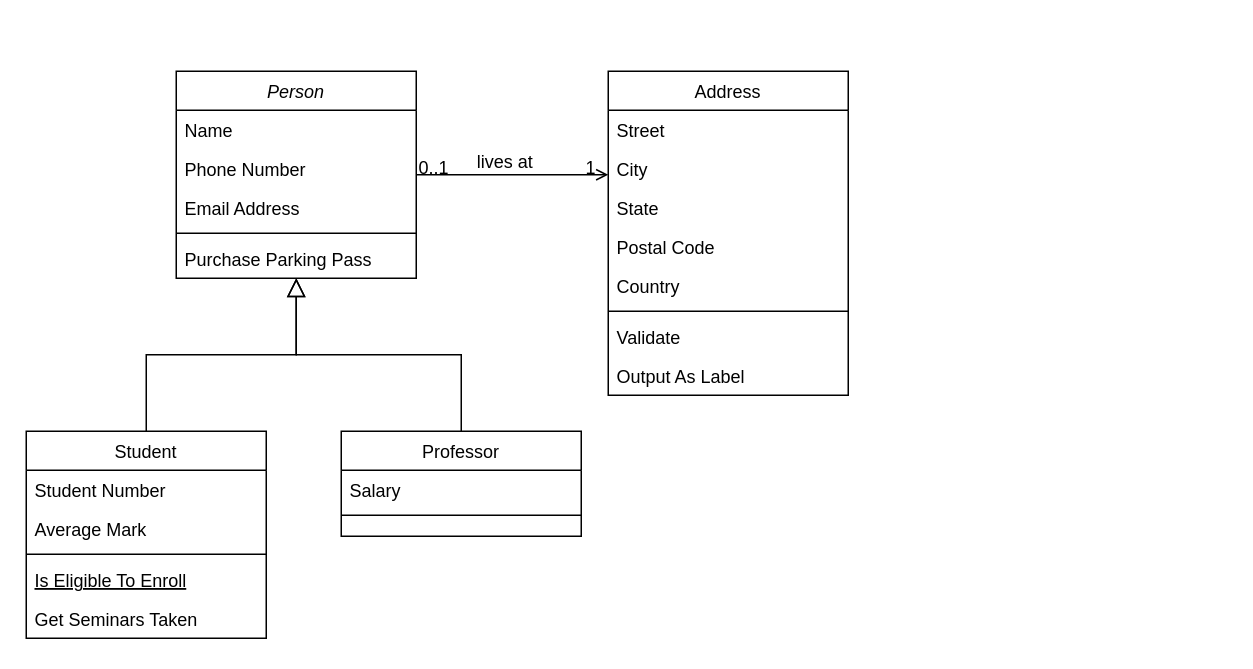
Earlier version of the draw.io diagram Space-game.drawio (SolennPenarroya/Space-game-project). Source tidied: cells renumbered, new cells numbered last; positions are measured from the earlier drawing's top-left corner, leaving out a move shared by most shapes. Both pictures are drawn from the tidied source at 150%, with x=0, y=0 at pixel (26, 70).
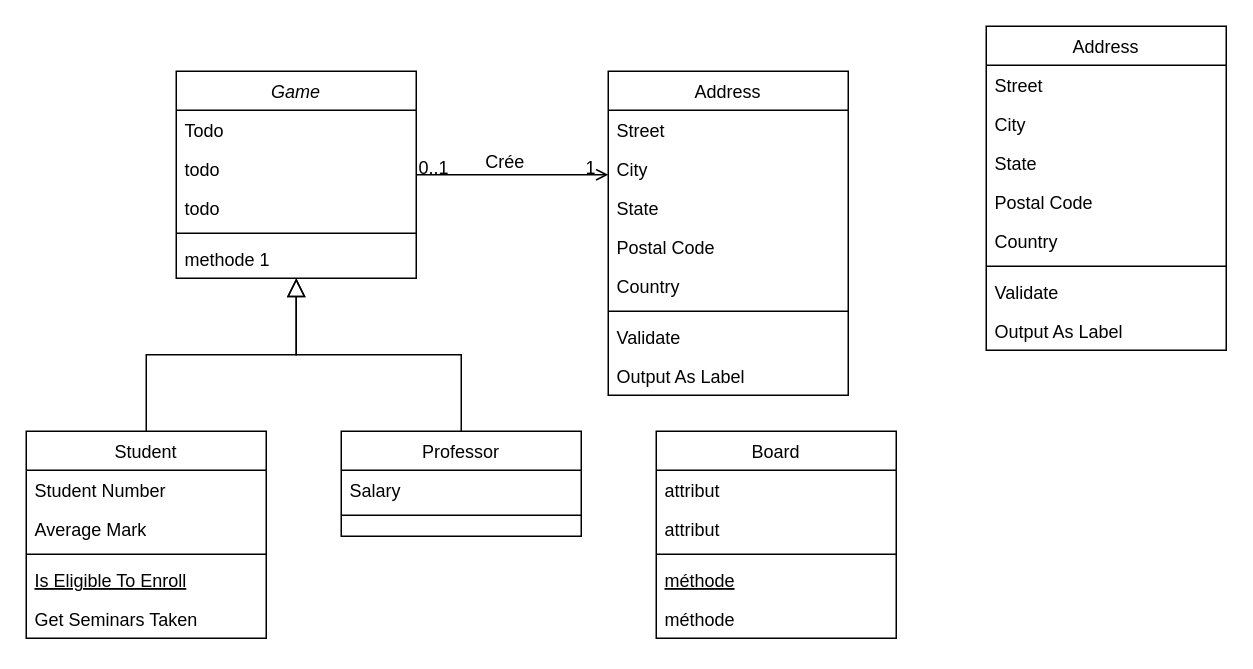
The same page after the edit.

Commit message (it also covers changes not shown here):
Mettre à jour Space-game.drawio

Unchanged cells that the change refers to:
```xml
<mxCell id="28" style="endArrow=open;shadow=0;strokeWidth=1;rounded=0;curved=0;endFill=1;edgeStyle=elbowEdgeStyle;elbow=vertical;" parent="1" edge="1" source="2" target="19">
  <mxGeometry x="0.5" y="41" relative="1" as="geometry">
    <mxPoint x="-40" y="32" as="offset" />
  </mxGeometry>
</mxCell>
```

Change to the diagram source:
```diff
@@
-    <mxCell id="2" value="Person" style="swimlane;fontStyle=2;align=center;verticalAlign=top;horizontal=1;startSize=26;rounded=0;shadow=0;strokeWidth=1;" parent="1" vertex="1">
+    <mxCell id="2" value="Game" style="swimlane;fontStyle=2;align=center;verticalAlign=top;horizontal=1;startSize=26;rounded=0;shadow=0;strokeWidth=1;" parent="1" vertex="1">
       <mxGeometry x="100" width="160" height="138" as="geometry" />
     </mxCell>
-    <mxCell id="3" value="Name" style="text;align=left;verticalAlign=top;spacingLeft=4;spacingRight=4;overflow=hidden;" parent="2" vertex="1">
+    <mxCell id="3" value="Todo" style="text;align=left;verticalAlign=top;spacingLeft=4;spacingRight=4;overflow=hidden;" parent="2" vertex="1">
       <mxGeometry y="26" width="160" height="26" as="geometry" />
     </mxCell>
-    <mxCell id="4" value="Phone Number" style="text;align=left;verticalAlign=top;spacingLeft=4;spacingRight=4;overflow=hidden;rounded=0;shadow=0;html=0;" parent="2" vertex="1">
+    <mxCell id="4" value="todo" style="text;align=left;verticalAlign=top;spacingLeft=4;spacingRight=4;overflow=hidden;rounded=0;shadow=0;html=0;" parent="2" vertex="1">
       <mxGeometry y="52" width="160" height="26" as="geometry" />
     </mxCell>
-    <mxCell id="5" value="Email Address" style="text;align=left;verticalAlign=top;spacingLeft=4;spacingRight=4;overflow=hidden;rounded=0;shadow=0;html=0;" parent="2" vertex="1">
+    <mxCell id="5" value="todo" style="text;align=left;verticalAlign=top;spacingLeft=4;spacingRight=4;overflow=hidden;rounded=0;shadow=0;html=0;" parent="2" vertex="1">
       <mxGeometry y="78" width="160" height="26" as="geometry" />
     </mxCell>
@@
-    <mxCell id="7" value="Purchase Parking Pass" style="text;align=left;verticalAlign=top;spacingLeft=4;spacingRight=4;overflow=hidden;" parent="2" vertex="1">
+    <mxCell id="7" value="methode 1" style="text;align=left;verticalAlign=top;spacingLeft=4;spacingRight=4;overflow=hidden;" parent="2" vertex="1">
       <mxGeometry y="112" width="160" height="26" as="geometry" />
     </mxCell>
@@
-    <mxCell id="31" value="lives at" style="text;html=1;align=center;verticalAlign=middle;labelBackgroundColor=none;rounded=0;shadow=0;strokeWidth=1;fontSize=12;" parent="28" vertex="1">
+    <mxCell id="31" value="Crée" style="text;html=1;align=center;verticalAlign=middle;labelBackgroundColor=none;rounded=0;shadow=0;strokeWidth=1;fontSize=12;" parent="28" vertex="1">
       <mxGeometry x="0.5" y="49" relative="1" as="geometry">
         <mxPoint x="-38" y="40" as="offset" />
       </mxGeometry>
     </mxCell>
+    <mxCell id="32" value="Board" style="swimlane;fontStyle=0;align=center;verticalAlign=top;horizontal=1;startSize=26;rounded=0;shadow=0;strokeWidth=1;" parent="1" vertex="1">
+      <mxGeometry x="420" y="240" width="160" height="138" as="geometry" />
+    </mxCell>
+    <mxCell id="33" value="attribut" style="text;align=left;verticalAlign=top;spacingLeft=4;spacingRight=4;overflow=hidden;" parent="32" vertex="1">
+      <mxGeometry y="26" width="160" height="26" as="geometry" />
+    </mxCell>
+    <mxCell id="34" value="attribut" style="text;align=left;verticalAlign=top;spacingLeft=4;spacingRight=4;overflow=hidden;rounded=0;shadow=0;html=0;" parent="32" vertex="1">
+      <mxGeometry y="52" width="160" height="26" as="geometry" />
+    </mxCell>
+    <mxCell id="35" style="line;html=1;strokeWidth=1;align=left;verticalAlign=middle;spacingTop=-1;spacingLeft=3;spacingRight=3;labelPosition=right;" parent="32" vertex="1">
+      <mxGeometry y="78" width="160" height="8" as="geometry" />
+    </mxCell>
+    <mxCell id="36" value="méthode" style="text;align=left;verticalAlign=top;spacingLeft=4;spacingRight=4;overflow=hidden;fontStyle=4;" parent="32" vertex="1">
+      <mxGeometry y="86" width="160" height="26" as="geometry" />
+    </mxCell>
+    <mxCell id="37" value="méthode" style="text;align=left;verticalAlign=top;spacingLeft=4;spacingRight=4;overflow=hidden;" parent="32" vertex="1">
+      <mxGeometry y="112" width="160" height="26" as="geometry" />
+    </mxCell>
+    <mxCell id="38" value="Address" style="swimlane;fontStyle=0;align=center;verticalAlign=top;horizontal=1;startSize=26;rounded=0;shadow=0;strokeWidth=1;" parent="1" vertex="1">
+      <mxGeometry x="640" y="-30" width="160" height="216" as="geometry" />
+    </mxCell>
+    <mxCell id="39" value="Street" style="text;align=left;verticalAlign=top;spacingLeft=4;spacingRight=4;overflow=hidden;" parent="38" vertex="1">
+      <mxGeometry y="26" width="160" height="26" as="geometry" />
+    </mxCell>
+    <mxCell id="40" value="City" style="text;align=left;verticalAlign=top;spacingLeft=4;spacingRight=4;overflow=hidden;rounded=0;shadow=0;html=0;" parent="38" vertex="1">
+      <mxGeometry y="52" width="160" height="26" as="geometry" />
+    </mxCell>
+    <mxCell id="41" value="State" style="text;align=left;verticalAlign=top;spacingLeft=4;spacingRight=4;overflow=hidden;rounded=0;shadow=0;html=0;" parent="38" vertex="1">
+      <mxGeometry y="78" width="160" height="26" as="geometry" />
+    </mxCell>
+    <mxCell id="42" value="Postal Code" style="text;align=left;verticalAlign=top;spacingLeft=4;spacingRight=4;overflow=hidden;rounded=0;shadow=0;html=0;" parent="38" vertex="1">
+      <mxGeometry y="104" width="160" height="26" as="geometry" />
+    </mxCell>
+    <mxCell id="43" value="Country" style="text;align=left;verticalAlign=top;spacingLeft=4;spacingRight=4;overflow=hidden;rounded=0;shadow=0;html=0;" parent="38" vertex="1">
+      <mxGeometry y="130" width="160" height="26" as="geometry" />
+    </mxCell>
+    <mxCell id="44" style="line;html=1;strokeWidth=1;align=left;verticalAlign=middle;spacingTop=-1;spacingLeft=3;spacingRight=3;labelPosition=right;" parent="38" vertex="1">
+      <mxGeometry y="156" width="160" height="8" as="geometry" />
+    </mxCell>
+    <mxCell id="45" value="Validate" style="text;align=left;verticalAlign=top;spacingLeft=4;spacingRight=4;overflow=hidden;" parent="38" vertex="1">
+      <mxGeometry y="164" width="160" height="26" as="geometry" />
+    </mxCell>
+    <mxCell id="46" value="Output As Label" style="text;align=left;verticalAlign=top;spacingLeft=4;spacingRight=4;overflow=hidden;" parent="38" vertex="1">
+      <mxGeometry y="190" width="160" height="26" as="geometry" />
+    </mxCell>
```
